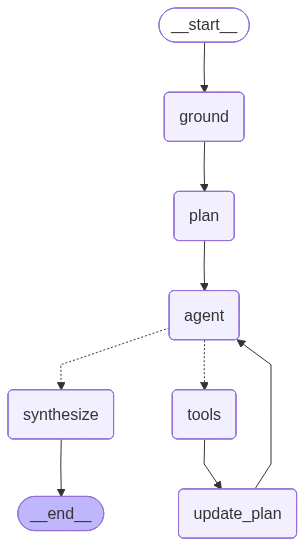
Above: logging/graphs/agent_graph.png in logansundaram/saturn (Mermaid), before the change. Its source is kept beside it as logging/graphs/agent_graph.mmd.
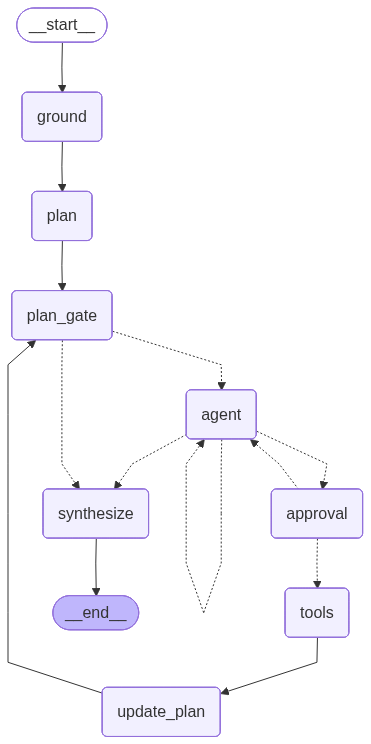
Above is the later version.

The edit, as a diff of the source:
```diff
@@ -7,19 +7,26 @@
 	__start__([<p>__start__</p>]):::first
 	ground(ground)
 	plan(plan)
+	plan_gate(plan_gate)
 	agent(agent)
+	approval(approval)
 	tools(tools)
 	update_plan(update_plan)
 	synthesize(synthesize)
 	__end__([<p>__end__</p>]):::last
 	__start__ --> ground;
+	agent -.-> approval;
 	agent -.-> synthesize;
-	agent -.-> tools;
+	approval -.-> agent;
+	approval -.-> tools;
 	ground --> plan;
-	plan --> agent;
+	plan --> plan_gate;
+	plan_gate -.-> agent;
+	plan_gate -.-> synthesize;
 	tools --> update_plan;
-	update_plan --> agent;
+	update_plan --> plan_gate;
 	synthesize --> __end__;
+	agent -.-> agent;
 	classDef default fill:#f2f0ff,line-height:1.2
 	classDef first fill-opacity:0
 	classDef last fill:#bfb6fc
```
